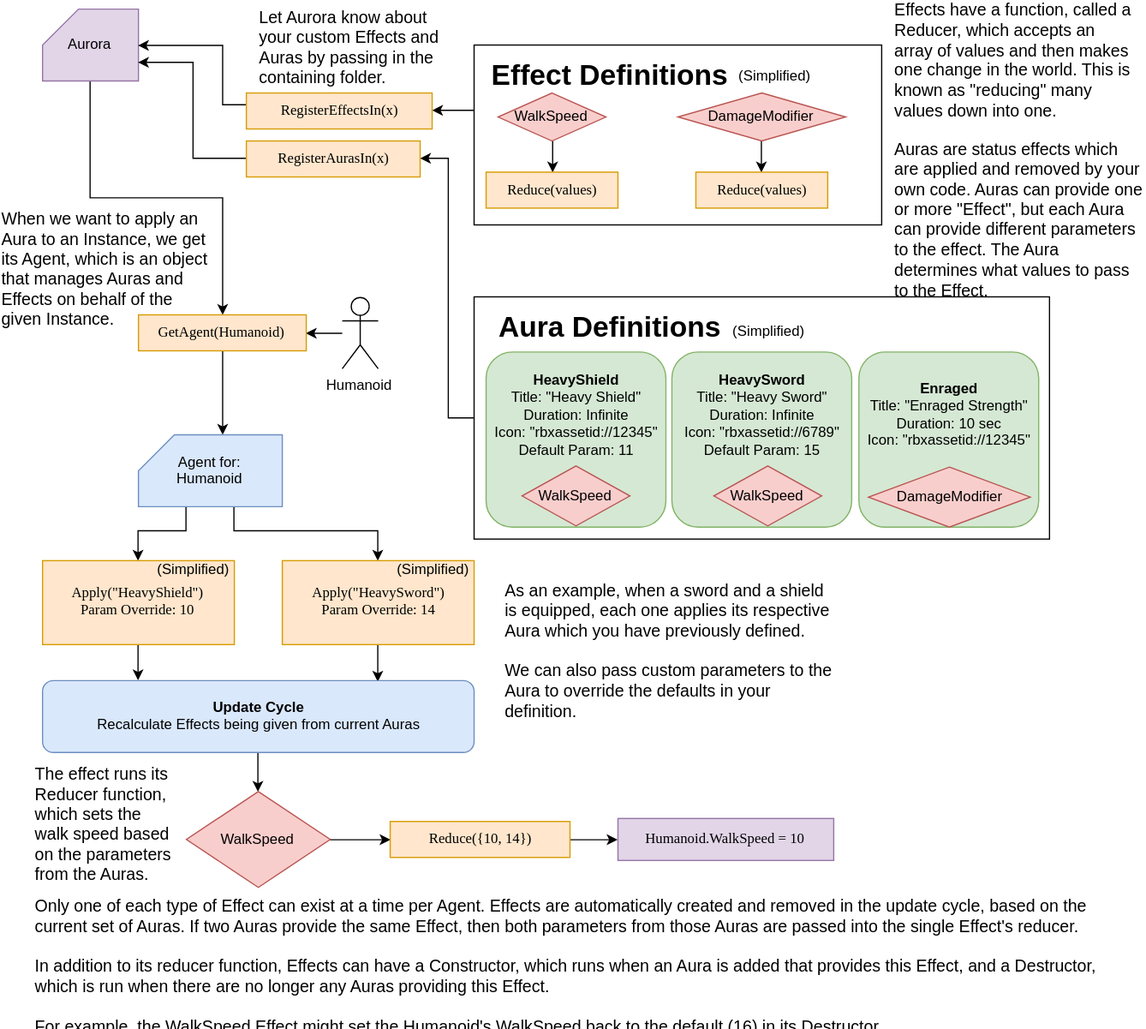
This is assets/Diagram.svg from evaera/Aurora, a draw.io export, as it was before one commit. Source tidied: cells renumbered, new cells last; positions are measured from the earlier drawing's top-left corner, leaving out a move shared by most shapes.
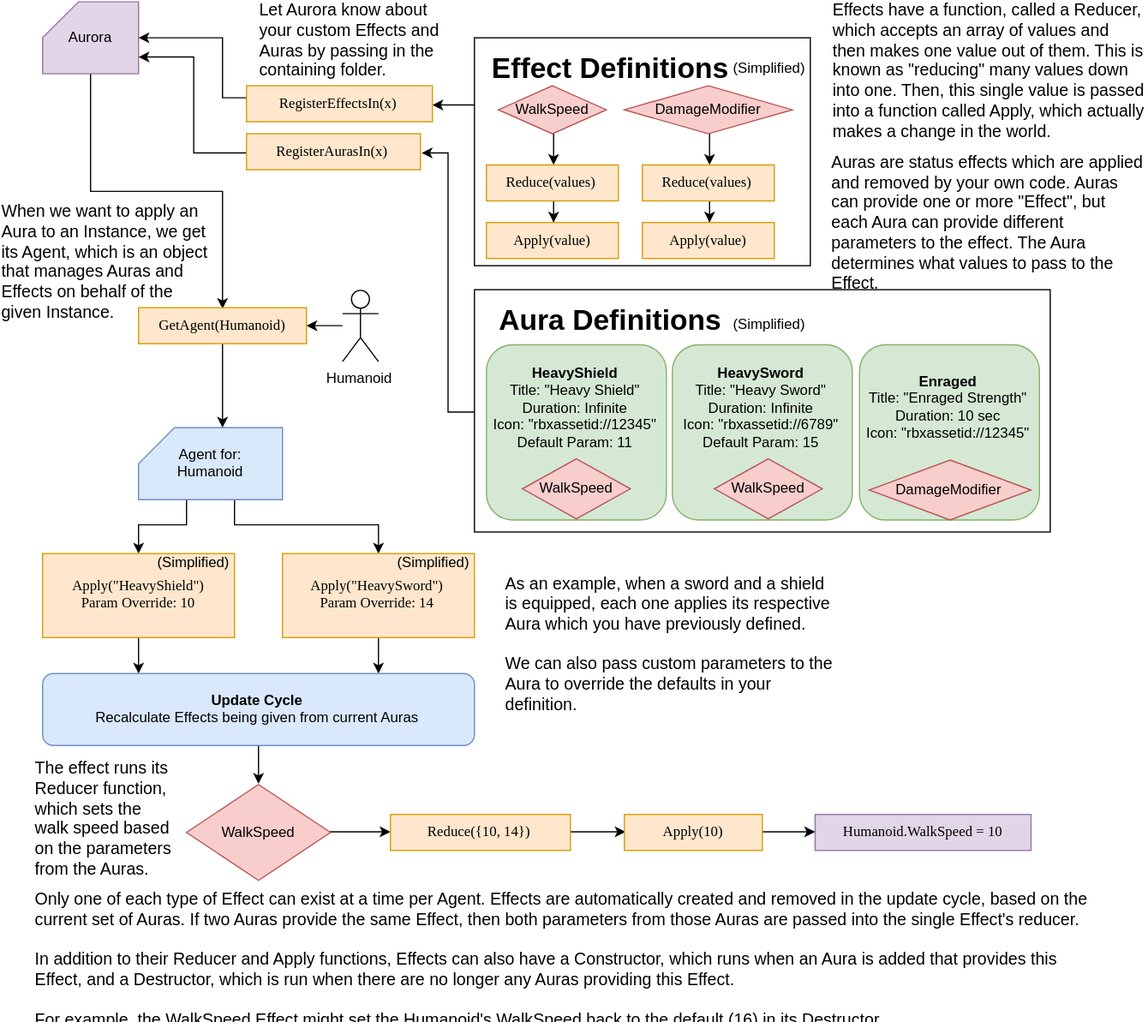
Later version of the same file.

What changed in the source:
```diff
@@ -48,7 +48,7 @@
       </mxGeometry>
     </mxCell>
     <mxCell id="12" style="rounded=0;whiteSpace=wrap;html=1;gradientColor=none;fillColor=none;" parent="1" vertex="1">
-      <mxGeometry x="395" y="30" width="340" height="150" as="geometry" />
+      <mxGeometry x="395" y="30" width="280" height="190" as="geometry" />
     </mxCell>
     <mxCell id="13" style="edgeStyle=orthogonalEdgeStyle;rounded=0;html=1;entryX=0.5;entryY=0;jettySize=auto;" parent="1" edge="1" source="14" target="39">
       <mxGeometry relative="1" as="geometry" />
@@ -60,7 +60,7 @@
       <mxGeometry relative="1" as="geometry" />
     </mxCell>
     <mxCell id="16" value="DamageModifier" style="rhombus;whiteSpace=wrap;html=1;fillColor=#f8cecc;strokeColor=#b85450;" parent="1" vertex="1">
-      <mxGeometry x="565" y="70" width="140" height="40" as="geometry" />
+      <mxGeometry x="520" y="70" width="140" height="40" as="geometry" />
     </mxCell>
     <mxCell id="17" value="&lt;h1&gt;Effect Definitions&lt;/h1&gt;" style="text;html=1;strokeColor=none;fillColor=none;align=center;verticalAlign=middle;whiteSpace=wrap;rounded=0;" parent="1" vertex="1">
       <mxGeometry x="405" y="40" width="205" height="30" as="geometry" />
@@ -127,7 +127,7 @@
       <mxGeometry x="155" y="652.5" width="120" height="80" as="geometry" />
     </mxCell>
     <mxCell id="33" value="&lt;font face=&quot;Lucida Console&quot;&gt;Humanoid.WalkSpeed = 10&lt;/font&gt;" style="rounded=0;whiteSpace=wrap;html=1;fillColor=#e1d5e7;strokeColor=#9673a6;" parent="1" vertex="1">
-      <mxGeometry x="515" y="675" width="180" height="35" as="geometry" />
+      <mxGeometry x="679" y="677.5" width="180" height="30" as="geometry" />
     </mxCell>
     <mxCell id="34" value="&lt;div style=&quot;text-align: left&quot;&gt;&lt;span&gt;&lt;font style=&quot;font-size: 14px&quot;&gt;The effect runs its Reducer function, which sets the walk speed based on the parameters from the Auras.&lt;/font&gt;&lt;/span&gt;&lt;/div&gt;" style="text;html=1;strokeColor=none;fillColor=none;align=center;verticalAlign=middle;whiteSpace=wrap;rounded=0;" parent="1" vertex="1">
       <mxGeometry x="27.5" y="634" width="120" height="87" as="geometry" />
@@ -135,20 +135,26 @@
     <mxCell id="35" value="&lt;div style=&quot;text-align: left ; font-size: 14px&quot;&gt;&lt;font style=&quot;font-size: 14px&quot;&gt;As an example, when a sword and a shield is equipped, each one applies its respective Aura which you have previously defined.&lt;/font&gt;&lt;/div&gt;&lt;div style=&quot;text-align: left ; font-size: 14px&quot;&gt;&lt;font style=&quot;font-size: 14px&quot;&gt;&lt;br&gt;&lt;/font&gt;&lt;/div&gt;&lt;div style=&quot;text-align: left ; font-size: 14px&quot;&gt;&lt;font style=&quot;font-size: 14px&quot;&gt;We can also pass custom parameters to the Aura to override the defaults in your definition.&lt;/font&gt;&lt;/div&gt;" style="text;html=1;strokeColor=none;fillColor=none;align=center;verticalAlign=middle;whiteSpace=wrap;rounded=0;" parent="1" vertex="1">
       <mxGeometry x="420" y="467" width="280" height="130" as="geometry" />
     </mxCell>
-    <mxCell id="36" value="&lt;div style=&quot;text-align: left&quot;&gt;&lt;font style=&quot;font-size: 14px&quot;&gt;Effects have a function, called a Reducer, which accepts an array of values and then makes one change in the world. This is known as &quot;reducing&quot; many values down into one.&lt;/font&gt;&lt;/div&gt;" style="text;html=1;strokeColor=none;fillColor=none;align=center;verticalAlign=middle;whiteSpace=wrap;rounded=0;" parent="1" vertex="1">
-      <mxGeometry x="745" y="3" width="200" height="74" as="geometry" />
+    <mxCell id="36" value="&lt;div style=&quot;text-align: left&quot;&gt;&lt;font style=&quot;font-size: 14px&quot;&gt;Effects have a function, called a Reducer, which accepts an array of values and then makes one value out of them. This is known as &quot;reducing&quot; many values down into one. Then, this single value is passed into a function called Apply, which actually makes a change in the world.&lt;/font&gt;&lt;/div&gt;" style="text;html=1;strokeColor=none;fillColor=none;align=center;verticalAlign=middle;whiteSpace=wrap;rounded=0;" parent="1" vertex="1">
+      <mxGeometry x="693" width="263" height="107" as="geometry" />
     </mxCell>
-    <mxCell id="37" value="&lt;div style=&quot;text-align: left&quot;&gt;&lt;font style=&quot;font-size: 14px&quot;&gt;Auras are status effects which are applied and removed by your own code. Auras can provide one or more &quot;Effect&quot;, but each Aura can provide different parameters to the effect. The Aura determines what values to pass to the Effect.&lt;/font&gt;&lt;/div&gt;" style="text;html=1;strokeColor=none;fillColor=none;align=center;verticalAlign=middle;whiteSpace=wrap;rounded=0;" parent="1" vertex="1">
-      <mxGeometry x="745" y="107" width="210" height="130" as="geometry" />
+    <mxCell id="37" value="&lt;div style=&quot;text-align: left&quot;&gt;&lt;font style=&quot;font-size: 14px&quot;&gt;&lt;br&gt;&lt;/font&gt;&lt;/div&gt;&lt;div style=&quot;text-align: left&quot;&gt;&lt;font style=&quot;font-size: 14px&quot;&gt;Auras are status effects which are applied and removed by your own code. Auras can provide one or more &quot;Effect&quot;, but each Aura can provide different parameters to the effect. The Aura determines what values to pass to the Effect.&lt;/font&gt;&lt;/div&gt;" style="text;html=1;strokeColor=none;fillColor=none;align=center;verticalAlign=middle;whiteSpace=wrap;rounded=0;" parent="1" vertex="1">
+      <mxGeometry x="692" y="107" width="264" height="130" as="geometry" />
     </mxCell>
     <mxCell id="38" value="&lt;div style=&quot;text-align: left&quot;&gt;&lt;font style=&quot;font-size: 14px&quot;&gt;When we want to apply an Aura to an Instance, we get its Agent, which is an object that manages Auras and Effects on behalf of the given Instance.&lt;/font&gt;&lt;/div&gt;" style="text;html=1;strokeColor=none;fillColor=none;align=center;verticalAlign=middle;whiteSpace=wrap;rounded=0;" parent="1" vertex="1">
       <mxGeometry y="172" width="175" height="84" as="geometry" />
     </mxCell>
+    <mxCell id="55" style="edgeStyle=orthogonalEdgeStyle;rounded=0;html=1;jettySize=auto;" parent="1" edge="1" source="39" target="60">
+      <mxGeometry relative="1" as="geometry" />
+    </mxCell>
     <mxCell id="39" value="&lt;h4&gt;&lt;code&gt;&lt;font face=&quot;Lucida Console&quot; style=&quot;font-weight: normal&quot;&gt;Reduce(values)&lt;/font&gt;&lt;/code&gt;&lt;/h4&gt;" style="rounded=0;whiteSpace=wrap;html=1;fillColor=#ffe6cc;strokeColor=#d79b00;" parent="1" vertex="1">
       <mxGeometry x="405" y="136" width="110" height="30" as="geometry" />
     </mxCell>
+    <mxCell id="56" style="edgeStyle=orthogonalEdgeStyle;rounded=0;html=1;jettySize=auto;" parent="1" edge="1" source="40" target="61">
+      <mxGeometry relative="1" as="geometry" />
+    </mxCell>
     <mxCell id="40" value="&lt;h4&gt;&lt;code&gt;&lt;font face=&quot;Lucida Console&quot; style=&quot;font-weight: normal&quot;&gt;Reduce(values)&lt;/font&gt;&lt;/code&gt;&lt;/h4&gt;" style="rounded=0;whiteSpace=wrap;html=1;fillColor=#ffe6cc;strokeColor=#d79b00;" parent="1" vertex="1">
-      <mxGeometry x="580" y="136" width="110" height="30" as="geometry" />
+      <mxGeometry x="535" y="136" width="110" height="30" as="geometry" />
     </mxCell>
     <mxCell id="41" value="&lt;b&gt;HeavyShield&lt;br&gt;&lt;/b&gt;&lt;span&gt;Title: &quot;Heavy Shield&quot;&lt;/span&gt;&lt;br&gt;&lt;span&gt;Duration: Infinite&lt;/span&gt;&lt;br&gt;&lt;span&gt;Icon: &quot;rbxassetid://12345&quot;&lt;br&gt;Default Param: 11&lt;br&gt;&lt;br&gt;&lt;br&gt;&lt;br&gt;&lt;/span&gt;" style="rounded=1;whiteSpace=wrap;html=1;fillColor=#d5e8d4;strokeColor=#82b366;" parent="1" vertex="1">
       <mxGeometry x="405" y="286" width="150" height="146" as="geometry" />
@@ -162,16 +168,16 @@
     <mxCell id="44" value="DamageModifier" style="rhombus;whiteSpace=wrap;html=1;fillColor=#f8cecc;strokeColor=#b85450;" parent="1" vertex="1">
       <mxGeometry x="724" y="382" width="135" height="50" as="geometry" />
     </mxCell>
-    <mxCell id="45" style="edgeStyle=orthogonalEdgeStyle;rounded=0;html=1;entryX=0;entryY=0.5;jettySize=auto;" parent="1" edge="1" source="46" target="33">
-      <mxGeometry relative="1" as="geometry" />
-    </mxCell>
+    <mxCell id="57" style="edgeStyle=orthogonalEdgeStyle;rounded=0;html=1;entryX=0;entryY=0.5;jettySize=auto;" parent="1" edge="1" source="46" target="59">
+      <mxGeometry relative="1" as="geometry" />
+    </mxCell>
     <mxCell id="46" value="&lt;h4&gt;&lt;code&gt;&lt;font face=&quot;Lucida Console&quot; style=&quot;font-weight: normal&quot;&gt;Reduce({10, 14})&lt;/font&gt;&lt;/code&gt;&lt;/h4&gt;" style="rounded=0;whiteSpace=wrap;html=1;fillColor=#ffe6cc;strokeColor=#d79b00;" parent="1" vertex="1">
       <mxGeometry x="325" y="677.5" width="150" height="30" as="geometry" />
     </mxCell>
     <mxCell id="47" value="&lt;div style=&quot;text-align: left&quot;&gt;&lt;font style=&quot;font-size: 14px&quot;&gt;Let Aurora know about your custom Effects and Auras by passing in the containing folder.&lt;/font&gt;&lt;/div&gt;" style="text;html=1;strokeColor=none;fillColor=none;align=center;verticalAlign=middle;whiteSpace=wrap;rounded=0;" parent="1" vertex="1">
       <mxGeometry x="215" y="1" width="160" height="58" as="geometry" />
     </mxCell>
-    <mxCell id="48" value="&lt;div style=&quot;text-align: left ; font-size: 14px&quot;&gt;&lt;font style=&quot;font-size: 14px&quot;&gt;Only one of each type of Effect can exist at a time per Agent. Effects are automatically created and removed in the update cycle, based on the current set of Auras. If two Auras provide the same Effect, then both parameters from those Auras are passed into the single Effect's reducer.&lt;/font&gt;&lt;/div&gt;&lt;div style=&quot;text-align: left ; font-size: 14px&quot;&gt;&lt;font style=&quot;font-size: 14px&quot;&gt;&lt;br&gt;&lt;/font&gt;&lt;/div&gt;&lt;div style=&quot;text-align: left ; font-size: 14px&quot;&gt;&lt;font style=&quot;font-size: 14px&quot;&gt;In addition to its reducer function, Effects can have a Constructor, which runs when an Aura is added that provides this Effect, and a Destructor, which is run when there are no longer any Auras providing this Effect.&lt;/font&gt;&lt;/div&gt;&lt;div style=&quot;text-align: left ; font-size: 14px&quot;&gt;&lt;span&gt;&lt;font style=&quot;font-size: 14px&quot;&gt;&lt;br&gt;&lt;/font&gt;&lt;/span&gt;&lt;/div&gt;&lt;div style=&quot;text-align: left ; font-size: 14px&quot;&gt;&lt;font style=&quot;font-size: 14px&quot;&gt;For example, the WalkSpeed Effect might set the Humanoid's WalkSpeed back to the default (16) in its Destructor.&lt;/font&gt;&lt;br&gt;&lt;/div&gt;" style="text;html=1;strokeColor=none;fillColor=none;align=center;verticalAlign=middle;whiteSpace=wrap;rounded=0;" parent="1" vertex="1">
+    <mxCell id="48" value="&lt;div style=&quot;text-align: left ; font-size: 14px&quot;&gt;&lt;font style=&quot;font-size: 14px&quot;&gt;Only one of each type of Effect can exist at a time per Agent. Effects are automatically created and removed in the update cycle, based on the current set of Auras. If two Auras provide the same Effect, then both parameters from those Auras are passed into the single Effect's reducer.&lt;/font&gt;&lt;/div&gt;&lt;div style=&quot;text-align: left ; font-size: 14px&quot;&gt;&lt;font style=&quot;font-size: 14px&quot;&gt;&lt;br&gt;&lt;/font&gt;&lt;/div&gt;&lt;div style=&quot;text-align: left ; font-size: 14px&quot;&gt;&lt;font style=&quot;font-size: 14px&quot;&gt;In addition to their Reducer and Apply functions, Effects can also have a Constructor, which runs when an Aura is added that provides this Effect, and a Destructor, which is run when there are no longer any Auras providing this Effect.&lt;/font&gt;&lt;/div&gt;&lt;div style=&quot;text-align: left ; font-size: 14px&quot;&gt;&lt;span&gt;&lt;font style=&quot;font-size: 14px&quot;&gt;&lt;br&gt;&lt;/font&gt;&lt;/span&gt;&lt;/div&gt;&lt;div style=&quot;text-align: left ; font-size: 14px&quot;&gt;&lt;font style=&quot;font-size: 14px&quot;&gt;For example, the WalkSpeed Effect might set the Humanoid's WalkSpeed back to the default (16) in its Destructor.&lt;/font&gt;&lt;br&gt;&lt;/div&gt;" style="text;html=1;strokeColor=none;fillColor=none;align=center;verticalAlign=middle;whiteSpace=wrap;rounded=0;" parent="1" vertex="1">
       <mxGeometry x="28" y="740" width="897" height="110" as="geometry" />
     </mxCell>
     <mxCell id="49" value="&lt;b&gt;HeavySword&lt;br&gt;&lt;/b&gt;&lt;span&gt;Title: &quot;Heavy Sword&quot;&lt;/span&gt;&lt;br&gt;&lt;span&gt;Duration: Infinite&lt;/span&gt;&lt;br&gt;&lt;span&gt;Icon: &quot;rbxassetid://6789&quot;&lt;br&gt;Default Param: 15&lt;br&gt;&lt;br&gt;&lt;br&gt;&lt;br&gt;&lt;/span&gt;" style="rounded=1;whiteSpace=wrap;html=1;fillColor=#d5e8d4;strokeColor=#82b366;" parent="1" vertex="1">
@@ -184,7 +190,7 @@
       <mxGeometry x="605" y="261" width="70" height="14" as="geometry" />
     </mxCell>
     <mxCell id="52" value="(Simplified)" style="text;html=1;strokeColor=none;fillColor=none;align=center;verticalAlign=middle;whiteSpace=wrap;rounded=0;" parent="1" vertex="1">
-      <mxGeometry x="610" y="48" width="70" height="14" as="geometry" />
+      <mxGeometry x="605" y="48" width="70" height="14" as="geometry" />
     </mxCell>
     <mxCell id="53" value="(Simplified)" style="text;html=1;strokeColor=none;fillColor=none;align=center;verticalAlign=middle;whiteSpace=wrap;rounded=0;" parent="1" vertex="1">
       <mxGeometry x="325" y="460" width="70" height="14" as="geometry" />
@@ -192,5 +198,17 @@
     <mxCell id="54" value="(Simplified)" style="text;html=1;strokeColor=none;fillColor=none;align=center;verticalAlign=middle;whiteSpace=wrap;rounded=0;" parent="1" vertex="1">
       <mxGeometry x="125" y="460" width="70" height="14" as="geometry" />
     </mxCell>
+    <mxCell id="58" style="edgeStyle=orthogonalEdgeStyle;rounded=0;html=1;entryX=0;entryY=0.5;jettySize=auto;" parent="1" edge="1" source="59" target="33">
+      <mxGeometry relative="1" as="geometry" />
+    </mxCell>
+    <mxCell id="59" value="&lt;h4&gt;&lt;code&gt;&lt;font face=&quot;Lucida Console&quot; style=&quot;font-weight: normal&quot;&gt;Apply(10)&lt;/font&gt;&lt;/code&gt;&lt;/h4&gt;" style="rounded=0;whiteSpace=wrap;html=1;fillColor=#ffe6cc;strokeColor=#d79b00;" parent="1" vertex="1">
+      <mxGeometry x="520" y="677.5" width="115" height="30" as="geometry" />
+    </mxCell>
+    <mxCell id="60" value="&lt;h4&gt;&lt;code&gt;&lt;font face=&quot;Lucida Console&quot; style=&quot;font-weight: normal&quot;&gt;Apply(value)&lt;/font&gt;&lt;/code&gt;&lt;/h4&gt;" style="rounded=0;whiteSpace=wrap;html=1;fillColor=#ffe6cc;strokeColor=#d79b00;" parent="1" vertex="1">
+      <mxGeometry x="405" y="184" width="110" height="30" as="geometry" />
+    </mxCell>
+    <mxCell id="61" value="&lt;h4&gt;&lt;code&gt;&lt;font face=&quot;Lucida Console&quot; style=&quot;font-weight: normal&quot;&gt;Apply(value)&lt;/font&gt;&lt;/code&gt;&lt;/h4&gt;" style="rounded=0;whiteSpace=wrap;html=1;fillColor=#ffe6cc;strokeColor=#d79b00;" parent="1" vertex="1">
+      <mxGeometry x="535" y="184" width="110" height="30" as="geometry" />
+    </mxCell>
   </root>
 </mxGraphModel>
```
